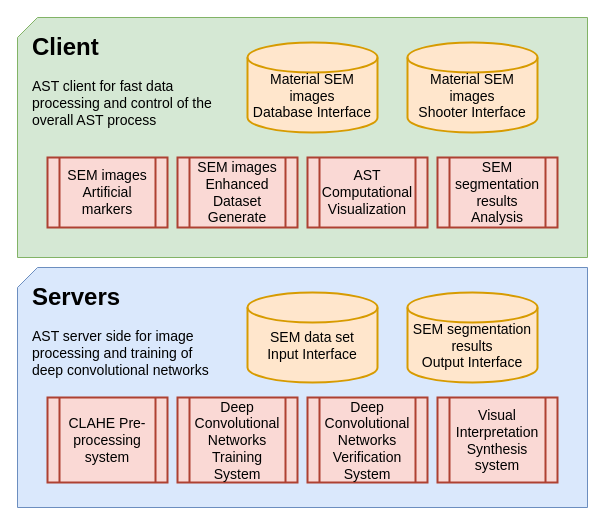
Earlier version of the draw.io diagram Untitled Diagram.drawio (Wang194/sust). Source tidied: cells renumbered, new cells numbered last; positions are measured from the earlier drawing's top-left corner, leaving out a move shared by most shapes. Both pictures are drawn from the tidied source at 100%, with x=0, y=0 at pixel (17, 17).
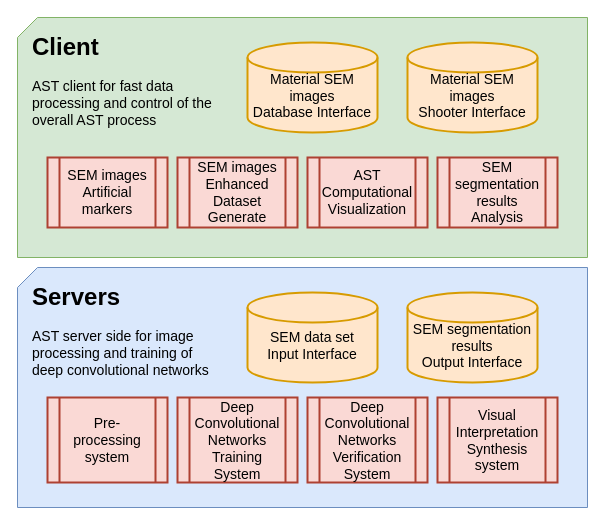
The same page after the edit.

Change to the diagram source:
```diff
@@
 <mxGraphModel>
   <root>
     <mxCell id="0" />
     <mxCell id="1" parent="0" />
     <mxCell id="2" style="verticalLabelPosition=bottom;verticalAlign=top;html=1;shape=card;whiteSpace=wrap;size=20;arcSize=12;fillColor=#dae8fc;strokeColor=#6c8ebf;" parent="1" vertex="1">
       <mxGeometry y="250" width="570" height="240" as="geometry" />
     </mxCell>
     <mxCell id="3" value="&lt;h1&gt;Servers&lt;/h1&gt;&lt;p&gt;&lt;font style=&quot;font-size: 14px&quot;&gt;AST server side for image processing and training of deep convolutional networks&lt;/font&gt;&lt;/p&gt;" style="text;html=1;strokeColor=none;fillColor=none;spacing=5;spacingTop=-20;whiteSpace=wrap;overflow=hidden;rounded=0;" parent="1" vertex="1">
       <mxGeometry x="10" y="260" width="190" height="120" as="geometry" />
     </mxCell>
     <mxCell id="4" style="verticalLabelPosition=bottom;verticalAlign=top;html=1;shape=card;whiteSpace=wrap;size=20;arcSize=12;fillColor=#d5e8d4;strokeColor=#82b366;" parent="1" vertex="1">
       <mxGeometry width="570" height="240" as="geometry" />
     </mxCell>
     <mxCell id="5" value="&lt;div&gt;&lt;span style=&quot;font-size: 14px&quot;&gt;&lt;br&gt;&lt;/span&gt;&lt;/div&gt;&lt;div&gt;&lt;span style=&quot;font-size: 14px&quot;&gt;Material SEM images&lt;/span&gt;&lt;br&gt;&lt;/div&gt;&lt;div&gt;&lt;span style=&quot;font-size: 14px&quot;&gt;Database Interface&lt;/span&gt;&lt;/div&gt;" style="strokeWidth=2;html=1;shape=mxgraph.flowchart.database;whiteSpace=wrap;fillColor=#ffe6cc;strokeColor=#d79b00;" parent="1" vertex="1">
       <mxGeometry x="230" y="25" width="130" height="90" as="geometry" />
     </mxCell>
     <mxCell id="6" value="&lt;h1&gt;Client&lt;/h1&gt;&lt;p&gt;&lt;font style=&quot;font-size: 14px&quot;&gt;AST client for fast data processing and control of the overall AST process&lt;/font&gt;&lt;/p&gt;" style="text;html=1;strokeColor=none;fillColor=none;spacing=5;spacingTop=-20;whiteSpace=wrap;overflow=hidden;rounded=0;" parent="1" vertex="1">
       <mxGeometry x="10" y="10" width="190" height="120" as="geometry" />
     </mxCell>
     <mxCell id="7" value="&lt;div&gt;&lt;span style=&quot;font-size: 14px&quot;&gt;SEM images&lt;/span&gt;&lt;/div&gt;&lt;div&gt;&lt;span style=&quot;font-size: 14px&quot;&gt;Artificial markers&lt;/span&gt;&lt;/div&gt;" style="shape=process;whiteSpace=wrap;html=1;backgroundOutline=1;strokeWidth=2;fillColor=#fad9d5;strokeColor=#ae4132;" parent="1" vertex="1">
       <mxGeometry x="30" y="140" width="120" height="70" as="geometry" />
     </mxCell>
     <mxCell id="8" value="&lt;div&gt;&lt;span style=&quot;font-size: 14px&quot;&gt;AST&lt;/span&gt;&lt;/div&gt;&lt;div&gt;&lt;span style=&quot;font-size: 14px&quot;&gt;Computational Visualization&lt;/span&gt;&lt;/div&gt;" style="shape=process;whiteSpace=wrap;html=1;backgroundOutline=1;strokeWidth=2;fillColor=#fad9d5;strokeColor=#ae4132;" parent="1" vertex="1">
       <mxGeometry x="290" y="140" width="120" height="70" as="geometry" />
     </mxCell>
     <mxCell id="9" value="&lt;div&gt;&lt;span style=&quot;font-size: 14px&quot;&gt;SEM segmentation results&lt;/span&gt;&lt;/div&gt;&lt;div&gt;&lt;span style=&quot;font-size: 14px&quot;&gt;Analysis&lt;/span&gt;&lt;/div&gt;" style="shape=process;whiteSpace=wrap;html=1;backgroundOutline=1;strokeWidth=2;fillColor=#fad9d5;strokeColor=#ae4132;" parent="1" vertex="1">
       <mxGeometry x="420" y="140" width="120" height="70" as="geometry" />
     </mxCell>
     <mxCell id="10" value="&lt;div&gt;&lt;span style=&quot;font-size: 14px&quot;&gt;SEM images&lt;/span&gt;&lt;/div&gt;&lt;div&gt;&lt;span style=&quot;font-size: 14px&quot;&gt;Enhanced Dataset&lt;/span&gt;&lt;/div&gt;&lt;div&gt;&lt;span style=&quot;font-size: 14px&quot;&gt;Generate&lt;/span&gt;&lt;/div&gt;" style="shape=process;whiteSpace=wrap;html=1;backgroundOutline=1;strokeWidth=2;fillColor=#fad9d5;strokeColor=#ae4132;" parent="1" vertex="1">
       <mxGeometry x="160" y="140" width="120" height="70" as="geometry" />
     </mxCell>
     <mxCell id="11" value="&lt;div&gt;&lt;span style=&quot;font-size: 14px&quot;&gt;&lt;br&gt;&lt;/span&gt;&lt;/div&gt;&lt;div&gt;&lt;span style=&quot;font-size: 14px&quot;&gt;Material SEM images&lt;/span&gt;&lt;/div&gt;&lt;div&gt;&lt;span style=&quot;font-size: 14px&quot;&gt;Shooter Interface&lt;/span&gt;&lt;/div&gt;" style="strokeWidth=2;html=1;shape=mxgraph.flowchart.database;whiteSpace=wrap;fillColor=#ffe6cc;strokeColor=#d79b00;" parent="1" vertex="1">
       <mxGeometry x="390" y="25" width="130" height="90" as="geometry" />
     </mxCell>
     <mxCell id="12" value="&lt;div&gt;&lt;span style=&quot;font-size: 14px&quot;&gt;Deep Convolutional Networks&lt;/span&gt;&lt;/div&gt;&lt;div&gt;&lt;span style=&quot;font-size: 14px&quot;&gt;Training System&lt;/span&gt;&lt;/div&gt;" style="shape=process;whiteSpace=wrap;html=1;backgroundOutline=1;strokeWidth=2;fillColor=#fad9d5;strokeColor=#ae4132;" parent="1" vertex="1">
       <mxGeometry x="160" y="380" width="120" height="85" as="geometry" />
     </mxCell>
     <mxCell id="13" value="&lt;div&gt;&lt;span style=&quot;font-size: 14px&quot;&gt;Deep Convolutional Networks&lt;/span&gt;&lt;/div&gt;&lt;div&gt;&lt;span style=&quot;font-size: 14px&quot;&gt;Verification System&lt;/span&gt;&lt;/div&gt;" style="shape=process;whiteSpace=wrap;html=1;backgroundOutline=1;strokeWidth=2;fillColor=#fad9d5;strokeColor=#ae4132;" parent="1" vertex="1">
       <mxGeometry x="290" y="380" width="120" height="85" as="geometry" />
     </mxCell>
-    <mxCell id="14" value="&lt;div&gt;&lt;span style=&quot;font-size: 14px&quot;&gt;CLAHE&amp;nbsp;&lt;/span&gt;&lt;span style=&quot;font-size: 14px&quot;&gt;Pre-processing system&lt;/span&gt;&lt;/div&gt;" style="shape=process;whiteSpace=wrap;html=1;backgroundOutline=1;strokeWidth=2;fillColor=#fad9d5;strokeColor=#ae4132;" parent="1" vertex="1">
+    <mxCell id="14" value="&lt;div&gt;&lt;span style=&quot;font-size: 14px&quot;&gt;Pre-processing system&lt;/span&gt;&lt;/div&gt;" style="shape=process;whiteSpace=wrap;html=1;backgroundOutline=1;strokeWidth=2;fillColor=#fad9d5;strokeColor=#ae4132;" parent="1" vertex="1">
       <mxGeometry x="30" y="380" width="120" height="85" as="geometry" />
     </mxCell>
     <mxCell id="15" value="&lt;div&gt;&lt;span style=&quot;font-size: 14px&quot;&gt;Visual Interpretation&lt;/span&gt;&lt;/div&gt;&lt;div&gt;&lt;span style=&quot;font-size: 14px&quot;&gt;Synthesis system&lt;/span&gt;&lt;/div&gt;" style="shape=process;whiteSpace=wrap;html=1;backgroundOutline=1;strokeWidth=2;fillColor=#fad9d5;strokeColor=#ae4132;" parent="1" vertex="1">
       <mxGeometry x="420" y="380" width="120" height="85" as="geometry" />
     </mxCell>
     <mxCell id="16" value="&lt;div&gt;&lt;span style=&quot;font-size: 14px&quot;&gt;&lt;br&gt;&lt;/span&gt;&lt;/div&gt;&lt;div&gt;&lt;span style=&quot;font-size: 14px&quot;&gt;SEM data set&lt;/span&gt;&lt;/div&gt;&lt;div&gt;&lt;span style=&quot;font-size: 14px&quot;&gt;Input Interface&lt;/span&gt;&lt;/div&gt;" style="strokeWidth=2;html=1;shape=mxgraph.flowchart.database;whiteSpace=wrap;fillColor=#ffe6cc;strokeColor=#d79b00;" parent="1" vertex="1">
       <mxGeometry x="230" y="275" width="130" height="90" as="geometry" />
     </mxCell>
     <mxCell id="17" value="&lt;div&gt;&lt;span style=&quot;font-size: 14px&quot;&gt;&lt;br&gt;&lt;/span&gt;&lt;/div&gt;&lt;div&gt;&lt;span style=&quot;font-size: 14px&quot;&gt;SEM segmentation results&lt;/span&gt;&lt;/div&gt;&lt;div&gt;&lt;span style=&quot;font-size: 14px&quot;&gt;Output Interface&lt;/span&gt;&lt;/div&gt;" style="strokeWidth=2;html=1;shape=mxgraph.flowchart.database;whiteSpace=wrap;fillColor=#ffe6cc;strokeColor=#d79b00;" parent="1" vertex="1">
       <mxGeometry x="390" y="275" width="130" height="90" as="geometry" />
     </mxCell>
   </root>
 </mxGraphModel>
```
